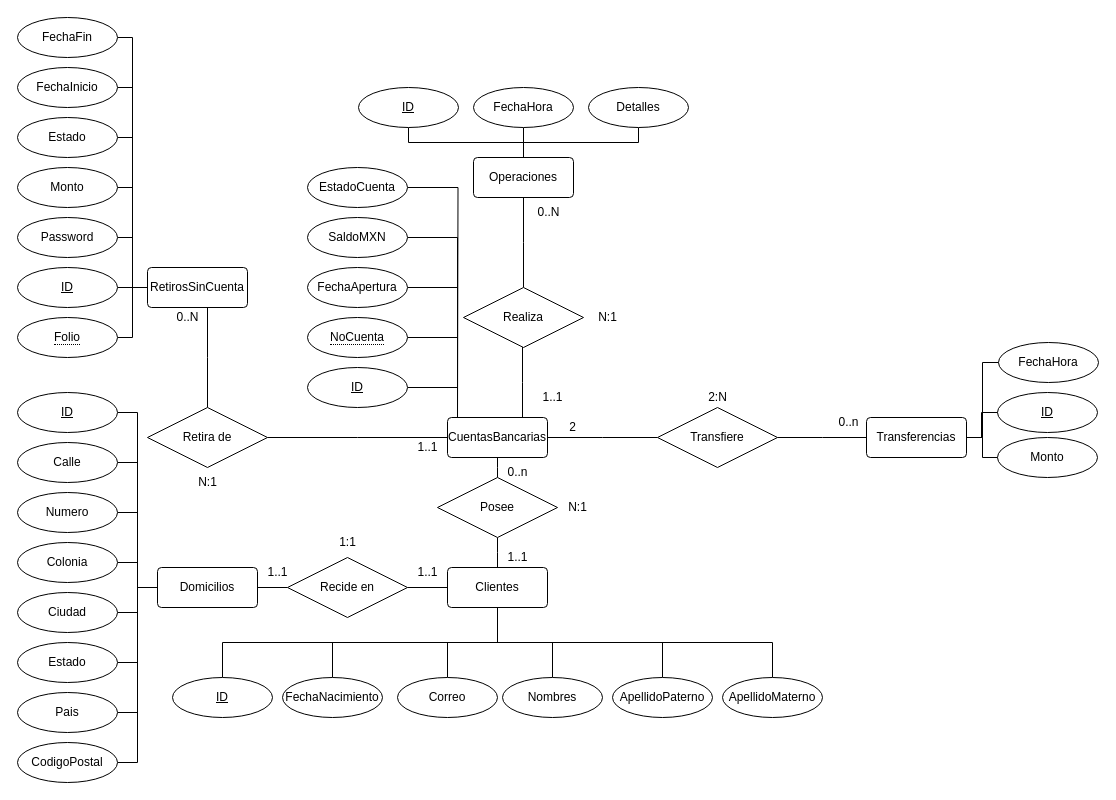
Before: modelado/ModeloER.drawio in SilverFlin/banco-ADB, a draw.io diagram. Source tidied: cells renumbered, new cells numbered last; positions are measured from the earlier drawing's top-left corner, leaving out a move shared by most shapes. Both pictures are drawn from the tidied source at 100%, with x=0, y=0 at pixel (17, 17).
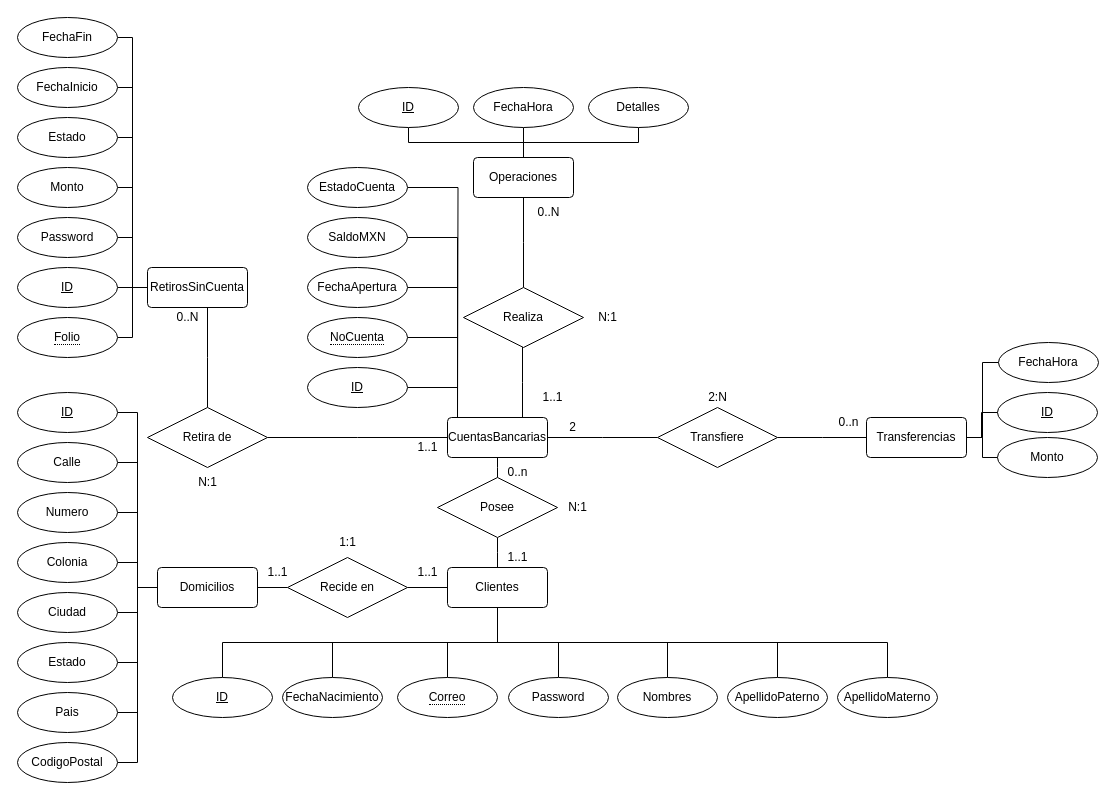
The same diagram, later.

Commit message (it also covers changes not shown here):
fix: atributo password

The change refers to these unchanged cells:
```xml
<mxCell id="7" value="Clientes" style="rounded=1;arcSize=10;whiteSpace=wrap;html=1;align=center;" parent="1" vertex="1">
  <mxGeometry x="430" y="550" width="100" height="40" as="geometry" />
</mxCell>
```

Diff of the diagram source:
```diff
@@
-    <mxCell id="5" style="edgeStyle=elbowEdgeStyle;rounded=0;jettySize=auto;elbow=vertical;html=1;entryX=0.5;entryY=0;entryDx=0;entryDy=0;endArrow=none;endFill=0;exitX=0.5;exitY=1;exitDx=0;exitDy=0;" parent="1" edge="1" source="7" target="87">
-      <mxGeometry relative="1" as="geometry" />
+    <mxCell id="5" style="edgeStyle=elbowEdgeStyle;rounded=0;jettySize=auto;elbow=vertical;html=1;entryX=0.5;entryY=0;entryDx=0;entryDy=0;endArrow=none;endFill=0;exitX=0.5;exitY=1;exitDx=0;exitDy=0;" parent="1" edge="1" source="7">
+      <mxGeometry relative="1" as="geometry">
+        <mxPoint x="430" y="660" as="targetPoint" />
+      </mxGeometry>
     </mxCell>
@@
+    <mxCell id="102" style="edgeStyle=orthogonalEdgeStyle;rounded=0;jettySize=auto;html=1;entryX=0.5;entryY=0;entryDx=0;entryDy=0;endArrow=none;endFill=0;" parent="1" edge="1" source="7" target="103">
+      <mxGeometry relative="1" as="geometry" />
+    </mxCell>
@@
     <mxCell id="32" value="Nombres" style="ellipse;whiteSpace=wrap;html=1;align=center;" parent="1" vertex="1">
-      <mxGeometry x="485" y="660" width="100" height="40" as="geometry" />
+      <mxGeometry x="600" y="660" width="100" height="40" as="geometry" />
     </mxCell>
@@
     <mxCell id="34" value="ApellidoPaterno" style="ellipse;whiteSpace=wrap;html=1;align=center;" parent="1" vertex="1">
-      <mxGeometry x="595" y="660" width="100" height="40" as="geometry" />
+      <mxGeometry x="710" y="660" width="100" height="40" as="geometry" />
     </mxCell>
@@
     <mxCell id="36" value="ApellidoMaterno" style="ellipse;whiteSpace=wrap;html=1;align=center;" parent="1" vertex="1">
-      <mxGeometry x="705" y="660" width="100" height="40" as="geometry" />
+      <mxGeometry x="820" y="660" width="100" height="40" as="geometry" />
     </mxCell>
@@
-    <mxCell id="87" value="Correo" style="ellipse;whiteSpace=wrap;html=1;align=center;" parent="1" vertex="1">
-      <mxGeometry x="380" y="660" width="100" height="40" as="geometry" />
-    </mxCell>
@@
+    <mxCell id="103" value="Password" style="ellipse;whiteSpace=wrap;html=1;align=center;" parent="1" vertex="1">
+      <mxGeometry x="491" y="660" width="100" height="40" as="geometry" />
+    </mxCell>
+    <mxCell id="87" value="&lt;span style=&quot;border-bottom: 1px dotted&quot;&gt;Correo&lt;/span&gt;" style="ellipse;whiteSpace=wrap;html=1;align=center;" parent="1" vertex="1">
+      <mxGeometry x="380" y="660" width="100" height="40" as="geometry" />
+    </mxCell>
```
